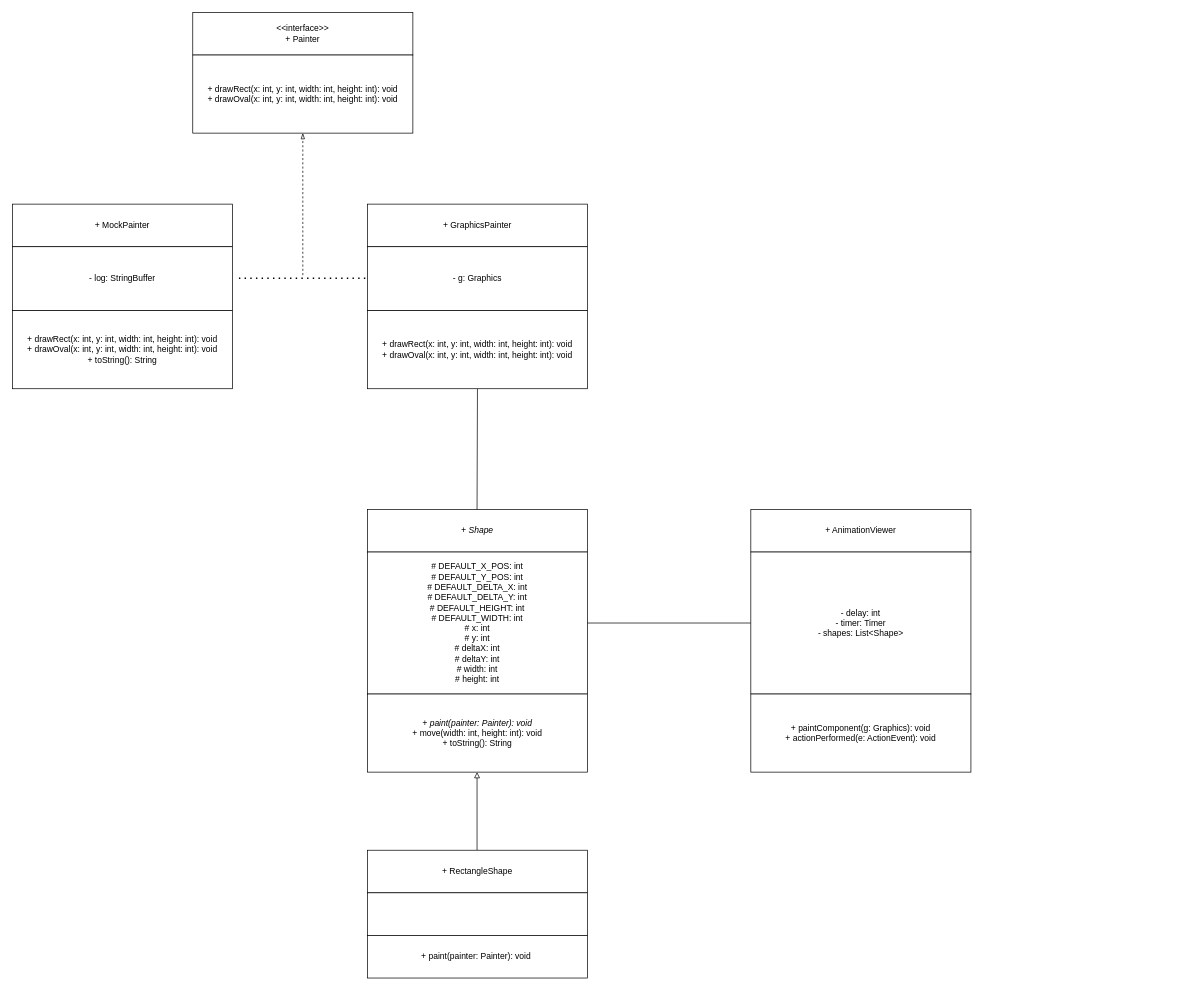
ben-porteous/CompSci718-Miscellaneous keeps this draw.io diagram as UML for Bounce Project.drawio. Above is the earlier version. Source tidied: cells renumbered, new cells numbered last; positions are measured from the earlier drawing's top-left corner, leaving out a move shared by most shapes. Both pictures are drawn from the tidied source at 71%, with x=0, y=0 at pixel (12, 12).
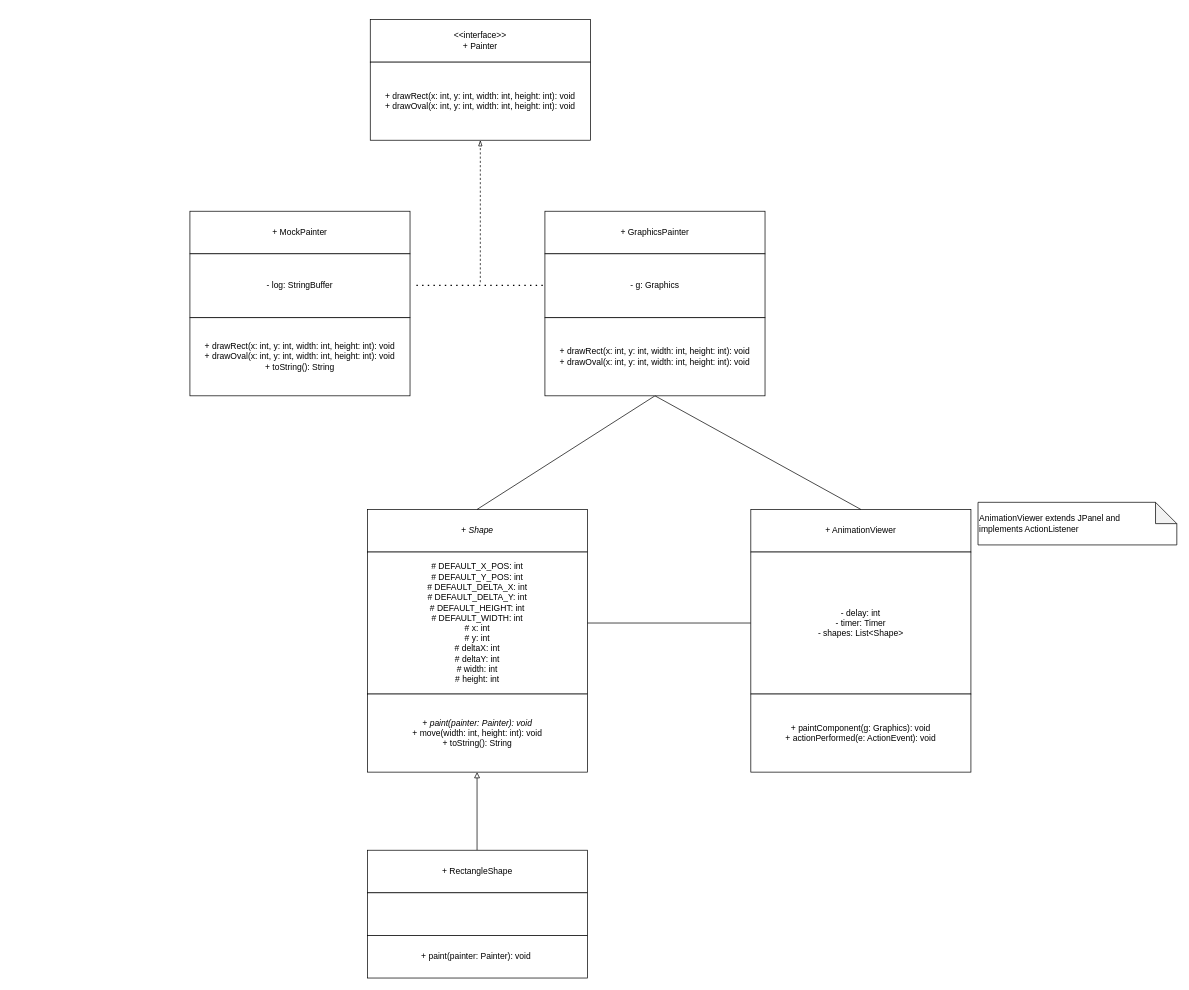
The same page after the edit.

Commit message:
Update UML for Bounce Project - complete.drawio

Unchanged cells that the change refers to:
```xml
<mxCell id="10" value="+ AnimationViewer" style="rounded=0;whiteSpace=wrap;html=1;" parent="1" vertex="1">
  <mxGeometry x="1040" y="700" width="310" height="60" as="geometry" />
</mxCell>
```

Diff of the diagram source:
```diff
@@
     <mxCell id="14" value="+ GraphicsPainter" style="rounded=0;whiteSpace=wrap;html=1;" parent="1" vertex="1">
-      <mxGeometry x="500" y="270" width="310" height="60" as="geometry" />
+      <mxGeometry x="750" y="280" width="310" height="60" as="geometry" />
     </mxCell>
     <mxCell id="15" value="- g: Graphics" style="rounded=0;whiteSpace=wrap;html=1;" parent="1" vertex="1">
-      <mxGeometry x="500" y="330" width="310" height="90" as="geometry" />
+      <mxGeometry x="750" y="340" width="310" height="90" as="geometry" />
     </mxCell>
     <mxCell id="16" value="+ drawRect(x: int, y: int, width: int, height: int): void&lt;div&gt;+ drawOval(x: int, y: int, width: int, height: int): void&lt;/div&gt;" style="rounded=0;whiteSpace=wrap;html=1;" parent="1" vertex="1">
-      <mxGeometry x="500" y="420" width="310" height="110" as="geometry" />
+      <mxGeometry x="750" y="430" width="310" height="110" as="geometry" />
     </mxCell>
     <mxCell id="17" value="&lt;div&gt;&amp;lt;&amp;lt;interface&amp;gt;&amp;gt;&lt;/div&gt;+ Painter" style="rounded=0;whiteSpace=wrap;html=1;" parent="1" vertex="1">
-      <mxGeometry x="254" width="310" height="60" as="geometry" />
+      <mxGeometry x="504" y="10" width="310" height="60" as="geometry" />
     </mxCell>
     <mxCell id="18" value="+ drawRect(x: int, y: int, width: int, height: int): void&lt;div&gt;+ drawOval(x: int, y: int, width: int, height: int): void&lt;br&gt;&lt;/div&gt;" style="rounded=0;whiteSpace=wrap;html=1;" parent="1" vertex="1">
-      <mxGeometry x="254" y="60" width="310" height="110" as="geometry" />
+      <mxGeometry x="504" y="70" width="310" height="110" as="geometry" />
     </mxCell>
     <mxCell id="19" style="endArrow=blockThin;dashed=1;html=1;rounded=0;endFill=0;" parent="1" edge="1">
       <mxGeometry relative="1" as="geometry">
-        <mxPoint x="409" y="370" as="sourcePoint" />
-        <mxPoint x="409" y="170" as="targetPoint" />
+        <mxPoint x="659" y="380" as="sourcePoint" />
+        <mxPoint x="659" y="180" as="targetPoint" />
       </mxGeometry>
     </mxCell>
     <mxCell id="20" style="endArrow=none;dashed=1;html=1;dashPattern=1 3;strokeWidth=2;rounded=0;" parent="1" edge="1">
       <mxGeometry relative="1" as="geometry">
-        <mxPoint x="319" y="374.4" as="sourcePoint" />
-        <mxPoint x="499" y="374.4" as="targetPoint" />
+        <mxPoint x="569" y="384.4" as="sourcePoint" />
+        <mxPoint x="749" y="384.4" as="targetPoint" />
       </mxGeometry>
     </mxCell>
     <mxCell id="21" value="+ MockPainter" style="rounded=0;whiteSpace=wrap;html=1;" parent="1" vertex="1">
-      <mxGeometry y="270" width="310" height="60" as="geometry" />
+      <mxGeometry x="250" y="280" width="310" height="60" as="geometry" />
     </mxCell>
     <mxCell id="22" value="- log: StringBuffer" style="rounded=0;whiteSpace=wrap;html=1;" parent="1" vertex="1">
-      <mxGeometry y="330" width="310" height="90" as="geometry" />
+      <mxGeometry x="250" y="340" width="310" height="90" as="geometry" />
     </mxCell>
     <mxCell id="23" value="+ drawRect(x: int, y: int, width: int, height: int): void&lt;div&gt;+ drawOval(x: int, y: int, width: int, height: int): void&lt;/div&gt;&lt;div&gt;+ toString(): String&lt;/div&gt;" style="rounded=0;whiteSpace=wrap;html=1;" parent="1" vertex="1">
-      <mxGeometry y="420" width="310" height="110" as="geometry" />
+      <mxGeometry x="250" y="430" width="310" height="110" as="geometry" />
     </mxCell>
+    <mxCell id="24" style="endArrow=none;html=1;rounded=0;entryX=0.5;entryY=0;entryDx=0;entryDy=0;exitX=0.5;exitY=1;exitDx=0;exitDy=0;" parent="1" edge="1" source="16" target="10">
+      <mxGeometry relative="1" as="geometry" />
+    </mxCell>
+    <mxCell id="25" value="AnimationViewer extends JPanel and&amp;nbsp;&lt;div&gt;implements ActionListener&lt;/div&gt;" style="shape=note;whiteSpace=wrap;html=1;backgroundOutline=1;darkOpacity=0.05;align=left;" parent="1" vertex="1">
+      <mxGeometry x="1360" y="690" width="280" height="60" as="geometry" />
+    </mxCell>
```
